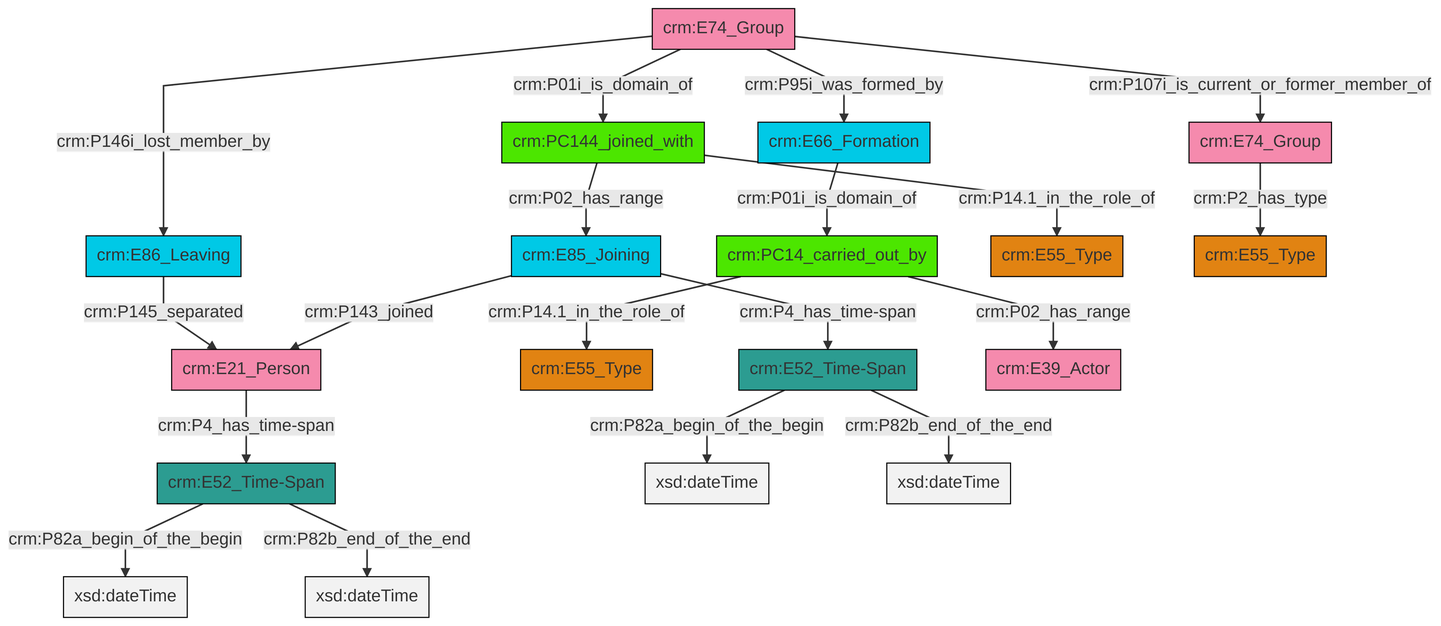
Earlier version of the Mermaid export et/groupCSV/ttl/mmd/png/group_actor_relations.png (swiss-art-research-net/reference-data-models). Its source is kept beside it as et/groupCSV/ttl/mmd/group_actor_relations.ttl.mmd.
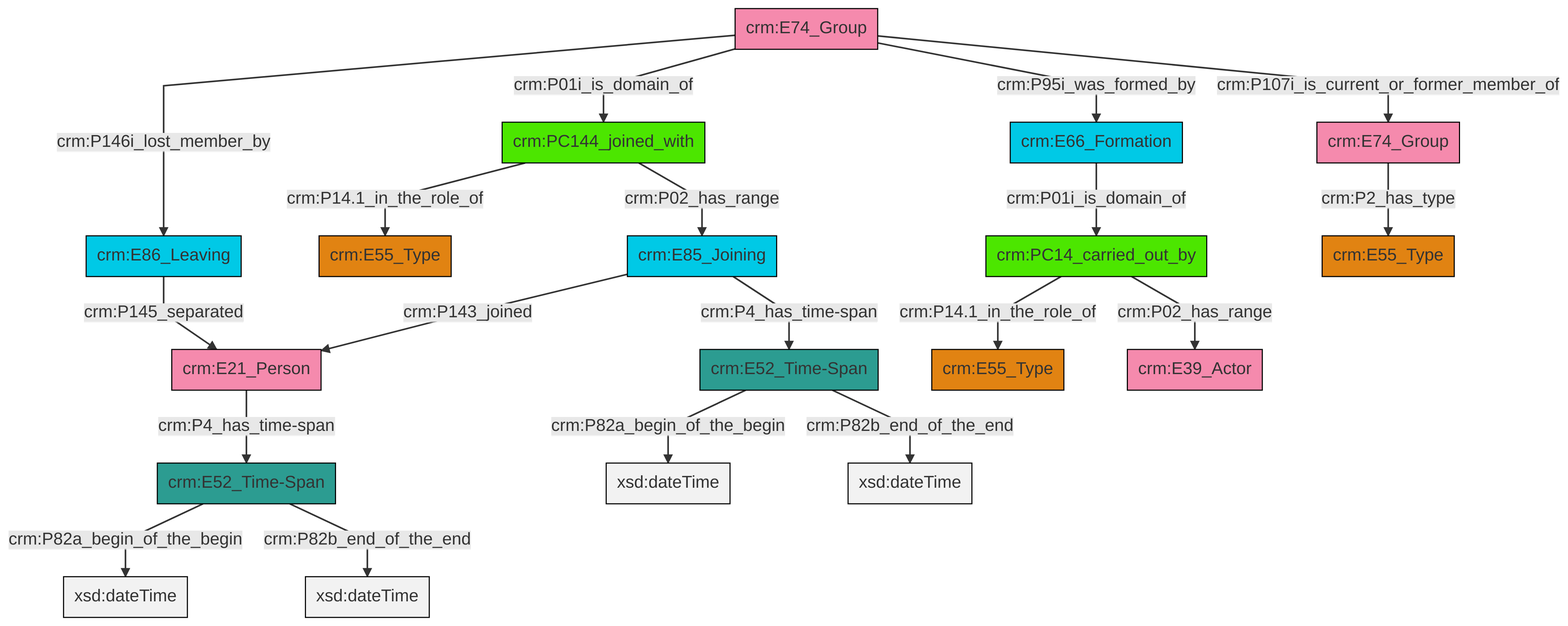
Later version of the same file.

What changed in the source:
```diff
@@ -13,21 +13,21 @@
 classDef PC_Classes fill:#4ce600, stroke:#000000;
 classDef Multi fill:#cccccc,stroke:#000000;
 
-2["crm:E86_Leaving"]:::Temporal_Entity -->|crm:P145_separated| 3["crm:E21_Person"]:::Actor
-6["crm:E74_Group"]:::Actor -->|crm:P107i_is_current_or_former_member_of| 7["crm:E74_Group"]:::Actor
-3["crm:E21_Person"]:::Actor -->|crm:P4_has_time-span| 8["crm:E52_Time-Span"]:::Time-Span
-6["crm:E74_Group"]:::Actor -->|crm:P01i_is_domain_of| 10["crm:PC144_joined_with"]:::PC_Classes
-13["crm:E85_Joining"]:::Temporal_Entity -->|crm:P4_has_time-span| 11["crm:E52_Time-Span"]:::Time-Span
-8["crm:E52_Time-Span"]:::Time-Span -->|crm:P82a_begin_of_the_begin| 14[xsd:dateTime]:::Literal
-10["crm:PC144_joined_with"]:::PC_Classes -->|crm:P14.1_in_the_role_of| 15["crm:E55_Type"]:::Type
-0["crm:PC14_carried_out_by"]:::PC_Classes -->|crm:P02_has_range| 16["crm:E39_Actor"]:::Actor
-11["crm:E52_Time-Span"]:::Time-Span -->|crm:P82a_begin_of_the_begin| 19[xsd:dateTime]:::Literal
-0["crm:PC14_carried_out_by"]:::PC_Classes -->|crm:P14.1_in_the_role_of| 4["crm:E55_Type"]:::Type
-13["crm:E85_Joining"]:::Temporal_Entity -->|crm:P143_joined| 3["crm:E21_Person"]:::Actor
-7["crm:E74_Group"]:::Actor -->|crm:P2_has_type| 23["crm:E55_Type"]:::Type
-6["crm:E74_Group"]:::Actor -->|crm:P95i_was_formed_by| 20["crm:E66_Formation"]:::Temporal_Entity
-20["crm:E66_Formation"]:::Temporal_Entity -->|crm:P01i_is_domain_of| 0["crm:PC14_carried_out_by"]:::PC_Classes
-10["crm:PC144_joined_with"]:::PC_Classes -->|crm:P02_has_range| 13["crm:E85_Joining"]:::Temporal_Entity
-6["crm:E74_Group"]:::Actor -->|crm:P146i_lost_member_by| 2["crm:E86_Leaving"]:::Temporal_Entity
-11["crm:E52_Time-Span"]:::Time-Span -->|crm:P82b_end_of_the_end| 33[xsd:dateTime]:::Literal
-8["crm:E52_Time-Span"]:::Time-Span -->|crm:P82b_end_of_the_end| 34[xsd:dateTime]:::Literal
+0["crm:PC144_joined_with"]:::PC_Classes -->|crm:P14.1_in_the_role_of| 1["crm:E55_Type"]:::Type
+2["crm:E52_Time-Span"]:::Time-Span -->|crm:P82a_begin_of_the_begin| 3[xsd:dateTime]:::Literal
+4["crm:E52_Time-Span"]:::Time-Span -->|crm:P82a_begin_of_the_begin| 5[xsd:dateTime]:::Literal
+7["crm:PC14_carried_out_by"]:::PC_Classes -->|crm:P14.1_in_the_role_of| 8["crm:E55_Type"]:::Type
+10["crm:E66_Formation"]:::Temporal_Entity -->|crm:P01i_is_domain_of| 7["crm:PC14_carried_out_by"]:::PC_Classes
+11["crm:E21_Person"]:::Actor -->|crm:P4_has_time-span| 2["crm:E52_Time-Span"]:::Time-Span
+13["crm:E74_Group"]:::Actor -->|crm:P2_has_type| 14["crm:E55_Type"]:::Type
+16["crm:E74_Group"]:::Actor -->|crm:P146i_lost_member_by| 17["crm:E86_Leaving"]:::Temporal_Entity
+24["crm:E85_Joining"]:::Temporal_Entity -->|crm:P143_joined| 11["crm:E21_Person"]:::Actor
+24["crm:E85_Joining"]:::Temporal_Entity -->|crm:P4_has_time-span| 4["crm:E52_Time-Span"]:::Time-Span
+16["crm:E74_Group"]:::Actor -->|crm:P01i_is_domain_of| 0["crm:PC144_joined_with"]:::PC_Classes
+2["crm:E52_Time-Span"]:::Time-Span -->|crm:P82b_end_of_the_end| 26[xsd:dateTime]:::Literal
+7["crm:PC14_carried_out_by"]:::PC_Classes -->|crm:P02_has_range| 20["crm:E39_Actor"]:::Actor
+4["crm:E52_Time-Span"]:::Time-Span -->|crm:P82b_end_of_the_end| 28[xsd:dateTime]:::Literal
+16["crm:E74_Group"]:::Actor -->|crm:P95i_was_formed_by| 10["crm:E66_Formation"]:::Temporal_Entity
+0["crm:PC144_joined_with"]:::PC_Classes -->|crm:P02_has_range| 24["crm:E85_Joining"]:::Temporal_Entity
+17["crm:E86_Leaving"]:::Temporal_Entity -->|crm:P145_separated| 11["crm:E21_Person"]:::Actor
+16["crm:E74_Group"]:::Actor -->|crm:P107i_is_current_or_former_member_of| 13["crm:E74_Group"]:::Actor
```
